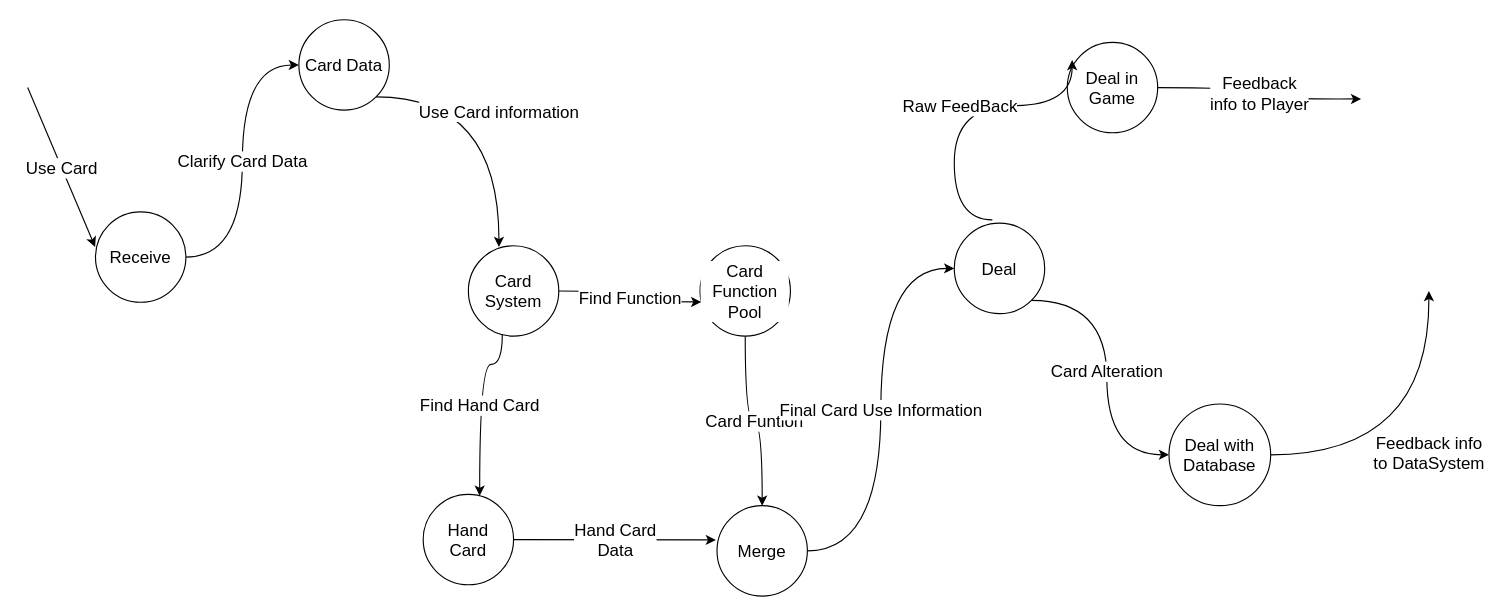
Earlier version of the draw.io diagram dataflow.drawio (yizhezhixing/yizhezhixing). Source tidied: cells renumbered, new cells numbered last; positions are measured from the earlier drawing's top-left corner, leaving out a move shared by most shapes. Both pictures are drawn from the tidied source at 113%, with x=0, y=0 at pixel (27, 19).
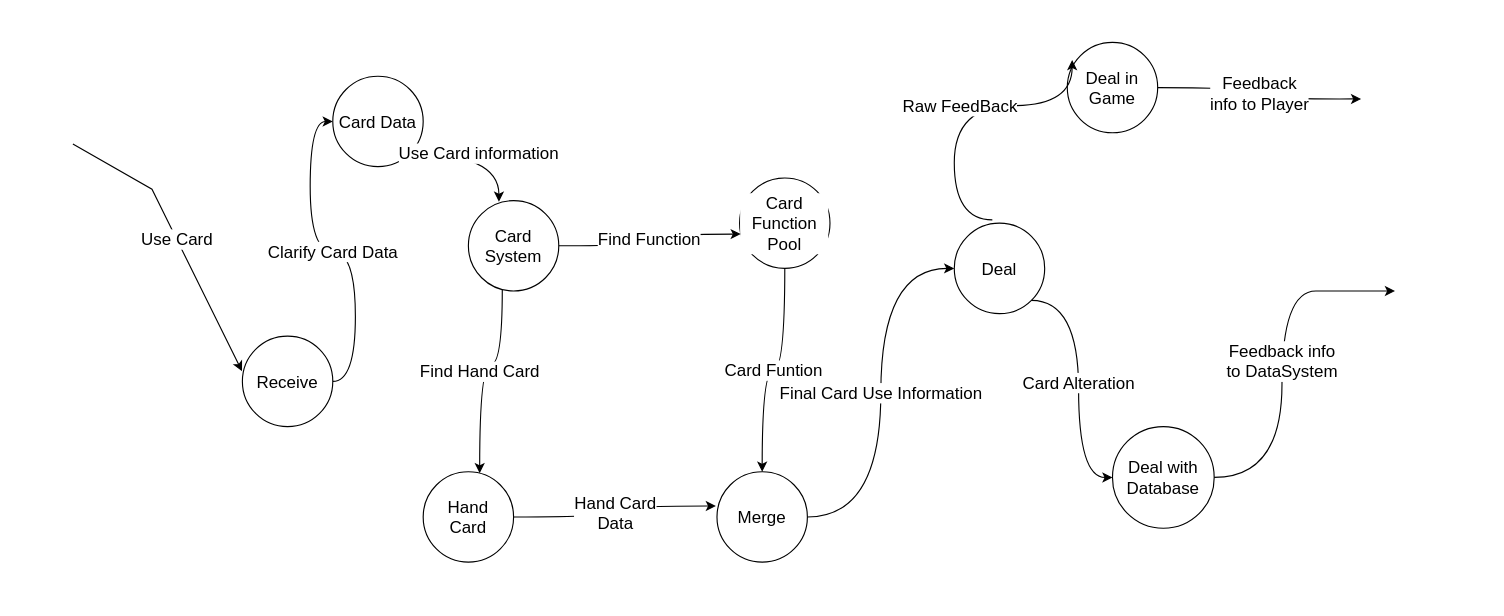
The same page after the edit.

Diff of the diagram source:
```diff
@@
     <mxCell id="3" value="Receive" style="ellipse;whiteSpace=wrap;html=1;fontSize=15;" parent="1" vertex="1">
-      <mxGeometry x="60" y="170" width="80" height="80" as="geometry" />
+      <mxGeometry x="190" y="280" width="80" height="80" as="geometry" />
     </mxCell>
     <mxCell id="4" value="Use Card" style="endArrow=classic;html=1;rounded=0;entryX=-0.004;entryY=0.388;entryDx=0;entryDy=0;entryPerimeter=0;fontSize=15;" parent="1" edge="1" target="3">
       <mxGeometry relative="1" as="geometry">
-        <mxPoint y="60" as="sourcePoint" />
+        <mxPoint x="40" y="110" as="sourcePoint" />
+        <Array as="points">
+          <mxPoint x="110" y="150" />
+        </Array>
       </mxGeometry>
     </mxCell>
     <mxCell id="5" value="Card Data" style="ellipse;whiteSpace=wrap;html=1;fontSize=15;" parent="1" vertex="1">
-      <mxGeometry x="240" width="80" height="80" as="geometry" />
+      <mxGeometry x="270" y="50" width="80" height="80" as="geometry" />
     </mxCell>
@@
     <mxCell id="7" value="Card System" style="ellipse;whiteSpace=wrap;html=1;fontSize=15;" parent="1" vertex="1">
-      <mxGeometry x="390" y="200" width="80" height="80" as="geometry" />
+      <mxGeometry x="390" y="160" width="80" height="80" as="geometry" />
     </mxCell>
@@
     <mxCell id="9" value="&lt;div style=&quot;font-size: 15px;&quot;&gt;Hand&lt;/div&gt;Card" style="ellipse;whiteSpace=wrap;html=1;fontFamily=Helvetica;fontSize=15;fontColor=default;labelBackgroundColor=default;" parent="1" vertex="1">
-      <mxGeometry x="350" y="420" width="80" height="80" as="geometry" />
+      <mxGeometry x="350" y="400" width="80" height="80" as="geometry" />
     </mxCell>
@@
     <mxCell id="11" value="Card Function&lt;div style=&quot;font-size: 15px;&quot;&gt;Pool&lt;/div&gt;" style="ellipse;whiteSpace=wrap;html=1;fontFamily=Helvetica;fontSize=15;fontColor=default;labelBackgroundColor=default;" parent="1" vertex="1">
-      <mxGeometry x="595" y="200" width="80" height="80" as="geometry" />
+      <mxGeometry x="630" y="140" width="80" height="80" as="geometry" />
     </mxCell>
@@
+    <mxCell id="23" style="edgeStyle=orthogonalEdgeStyle;shape=connector;curved=1;rounded=0;jettySize=auto;html=1;exitX=0.5;exitY=0;exitDx=0;exitDy=0;strokeColor=default;align=center;verticalAlign=middle;fontFamily=Helvetica;fontSize=11;fontColor=default;labelBackgroundColor=default;endArrow=classic;" parent="1" edge="1" source="14">
+      <mxGeometry relative="1" as="geometry">
+        <mxPoint x="649.4" y="420" as="targetPoint" />
+      </mxGeometry>
+    </mxCell>
     <mxCell id="14" value="Merge" style="ellipse;whiteSpace=wrap;html=1;fontFamily=Helvetica;fontSize=15;fontColor=default;labelBackgroundColor=default;" parent="1" vertex="1">
-      <mxGeometry x="610" y="430" width="80" height="80" as="geometry" />
+      <mxGeometry x="610" y="400" width="80" height="80" as="geometry" />
     </mxCell>
@@
     <mxCell id="18" value="Deal with&lt;div style=&quot;font-size: 15px;&quot;&gt;Database&lt;/div&gt;" style="ellipse;whiteSpace=wrap;html=1;fontFamily=Helvetica;fontSize=15;fontColor=default;labelBackgroundColor=default;" parent="1" vertex="1">
-      <mxGeometry x="1010" y="340" width="90" height="90" as="geometry" />
+      <mxGeometry x="960" y="360" width="90" height="90" as="geometry" />
     </mxCell>
@@
     <mxCell id="22" value="Feedback info&lt;div style=&quot;font-size: 15px;&quot;&gt;to DataSystem&lt;/div&gt;" style="endArrow=classic;html=1;rounded=0;strokeColor=default;align=center;verticalAlign=middle;fontFamily=Helvetica;fontSize=15;fontColor=default;labelBackgroundColor=default;edgeStyle=orthogonalEdgeStyle;curved=1;exitX=1;exitY=0.5;exitDx=0;exitDy=0;" parent="1" edge="1" source="18">
       <mxGeometry relative="1" as="geometry">
-        <mxPoint x="1240" y="240" as="targetPoint" />
+        <mxPoint x="1210" y="240" as="targetPoint" />
+        <Array as="points">
+          <mxPoint x="1110" y="405" />
+          <mxPoint x="1110" y="240" />
+          <mxPoint x="1170" y="240" />
+        </Array>
       </mxGeometry>
     </mxCell>
```
